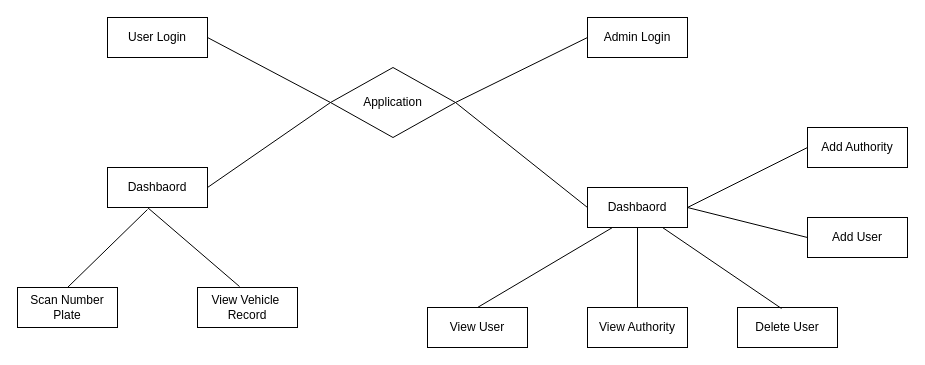
Earlier version of the draw.io diagram ER-diagram.drawio.xml (ShashwatG591/npds). Source tidied: cells renumbered, new cells numbered last; positions are measured from the earlier drawing's top-left corner, leaving out a move shared by most shapes. Both pictures are drawn from the tidied source at 100%, with x=0, y=0 at pixel (17, 17).
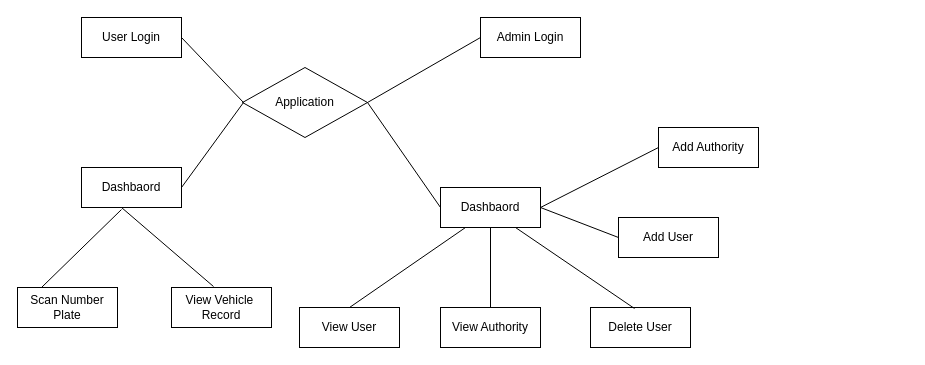
Above is the later version.

The change refers to these unchanged cells:
```xml
<mxCell id="7" value="Scan Number&lt;br&gt;Plate" style="whiteSpace=wrap;html=1;align=center;" parent="1" vertex="1">
  <mxGeometry y="270" width="100" height="40" as="geometry" />
</mxCell>
```

Change to the diagram source:
```diff
@@
     <mxCell id="2" value="User Login" style="whiteSpace=wrap;html=1;align=center;" parent="1" vertex="1">
-      <mxGeometry x="90" width="100" height="40" as="geometry" />
+      <mxGeometry x="64" width="100" height="40" as="geometry" />
     </mxCell>
     <mxCell id="3" value="Application" style="shape=rhombus;perimeter=rhombusPerimeter;whiteSpace=wrap;html=1;align=center;" parent="1" vertex="1">
-      <mxGeometry x="313" y="50" width="125" height="70" as="geometry" />
+      <mxGeometry x="225" y="50" width="125" height="70" as="geometry" />
     </mxCell>
-    <mxCell id="4" style="endArrow=none;html=1;rounded=0;exitX=1;exitY=0.5;exitDx=0;exitDy=0;entryX=0;entryY=0.5;entryDx=0;entryDy=0;" parent="1" edge="1" source="2" target="3">
-      <mxGeometry relative="1" as="geometry" />
+    <mxCell id="4" style="endArrow=none;html=1;rounded=0;exitX=1;exitY=0.5;exitDx=0;exitDy=0;entryX=0;entryY=0.5;entryDx=0;entryDy=0;" parent="1" edge="1" source="2">
+      <mxGeometry relative="1" as="geometry">
+        <mxPoint x="226" y="85" as="targetPoint" />
+      </mxGeometry>
     </mxCell>
     <mxCell id="5" value="Dashbaord" style="whiteSpace=wrap;html=1;align=center;" parent="1" vertex="1">
-      <mxGeometry x="90" y="150" width="100" height="40" as="geometry" />
+      <mxGeometry x="64" y="150" width="100" height="40" as="geometry" />
     </mxCell>
-    <mxCell id="6" style="endArrow=none;html=1;rounded=0;exitX=1;exitY=0.5;exitDx=0;exitDy=0;entryX=0;entryY=0.5;entryDx=0;entryDy=0;" parent="1" edge="1" source="5" target="3">
-      <mxGeometry relative="1" as="geometry" />
+    <mxCell id="6" style="endArrow=none;html=1;rounded=0;exitX=1;exitY=0.5;exitDx=0;exitDy=0;entryX=0;entryY=0.5;entryDx=0;entryDy=0;" parent="1" edge="1" source="5">
+      <mxGeometry relative="1" as="geometry">
+        <mxPoint x="226" y="85" as="targetPoint" />
+      </mxGeometry>
     </mxCell>
@@
     <mxCell id="8" value="View Vehicle&amp;nbsp;&lt;br&gt;Record" style="whiteSpace=wrap;html=1;align=center;" parent="1" vertex="1">
-      <mxGeometry x="180" y="270" width="100" height="40" as="geometry" />
+      <mxGeometry x="154" y="270" width="100" height="40" as="geometry" />
     </mxCell>
     <mxCell id="9" value="View User" style="whiteSpace=wrap;html=1;align=center;" parent="1" vertex="1">
-      <mxGeometry x="410" y="290" width="100" height="40" as="geometry" />
+      <mxGeometry x="282" y="290" width="100" height="40" as="geometry" />
     </mxCell>
     <mxCell id="10" value="Dashbaord" style="whiteSpace=wrap;html=1;align=center;" parent="1" vertex="1">
-      <mxGeometry x="570" y="170" width="100" height="40" as="geometry" />
+      <mxGeometry x="423" y="170" width="100" height="40" as="geometry" />
     </mxCell>
     <mxCell id="11" value="Admin Login" style="whiteSpace=wrap;html=1;align=center;" parent="1" vertex="1">
-      <mxGeometry x="570" width="100" height="40" as="geometry" />
+      <mxGeometry x="463" width="100" height="40" as="geometry" />
     </mxCell>
@@
-    <mxCell id="14" style="endArrow=none;html=1;rounded=0;exitX=0.5;exitY=0;exitDx=0;exitDy=0;entryX=0.4;entryY=1.05;entryDx=0;entryDy=0;entryPerimeter=0;" parent="1" edge="1" source="7" target="5">
-      <mxGeometry relative="1" as="geometry" />
+    <mxCell id="14" style="endArrow=none;html=1;rounded=0;exitX=0.5;exitY=0;exitDx=0;exitDy=0;entryX=0.4;entryY=1.05;entryDx=0;entryDy=0;entryPerimeter=0;" parent="1" edge="1" target="5">
+      <mxGeometry relative="1" as="geometry">
+        <mxPoint x="24" y="270" as="sourcePoint" />
+      </mxGeometry>
     </mxCell>
@@
     <mxCell id="16" value="View Authority" style="whiteSpace=wrap;html=1;align=center;" parent="1" vertex="1">
-      <mxGeometry x="570" y="290" width="100" height="40" as="geometry" />
+      <mxGeometry x="423" y="290" width="100" height="40" as="geometry" />
     </mxCell>
     <mxCell id="17" value="Delete User" style="whiteSpace=wrap;html=1;align=center;" parent="1" vertex="1">
-      <mxGeometry x="720" y="290" width="100" height="40" as="geometry" />
+      <mxGeometry x="573" y="290" width="100" height="40" as="geometry" />
     </mxCell>
     <mxCell id="18" value="Add User" style="whiteSpace=wrap;html=1;align=center;" parent="1" vertex="1">
-      <mxGeometry x="790" y="200" width="100" height="40" as="geometry" />
+      <mxGeometry x="601" y="200" width="100" height="40" as="geometry" />
     </mxCell>
     <mxCell id="19" value="Add Authority" style="whiteSpace=wrap;html=1;align=center;" parent="1" vertex="1">
-      <mxGeometry x="790" y="110" width="100" height="40" as="geometry" />
+      <mxGeometry x="641" y="110" width="100" height="40" as="geometry" />
     </mxCell>
```
